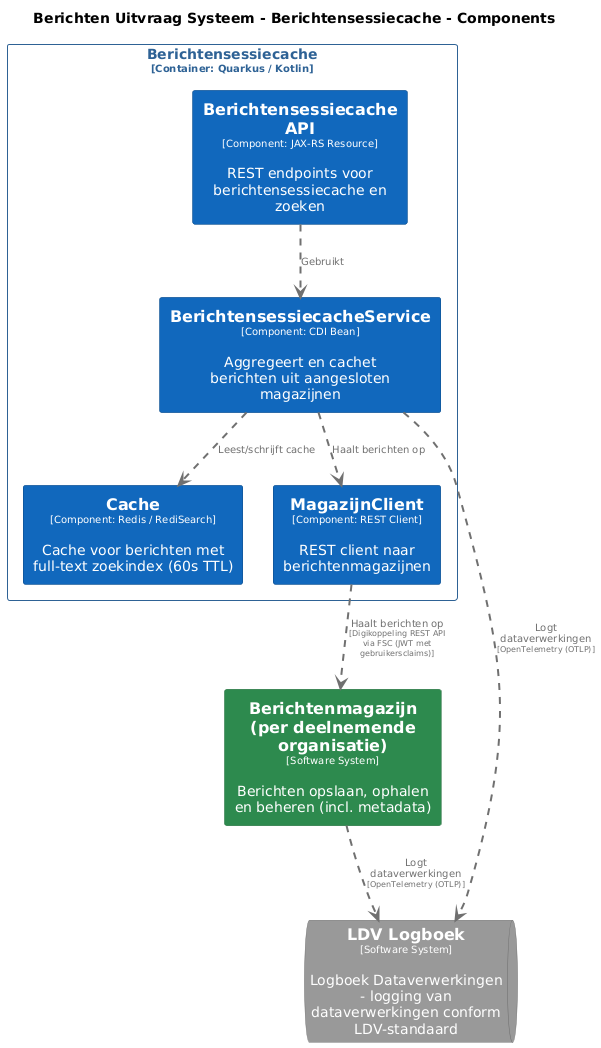
The PlantUML diagram pr-preview/pr-22/master/png/BerichtensessiecacheComponenten.png in MinBZK/moza-poc-fbs-berichtenbox, before a commit.
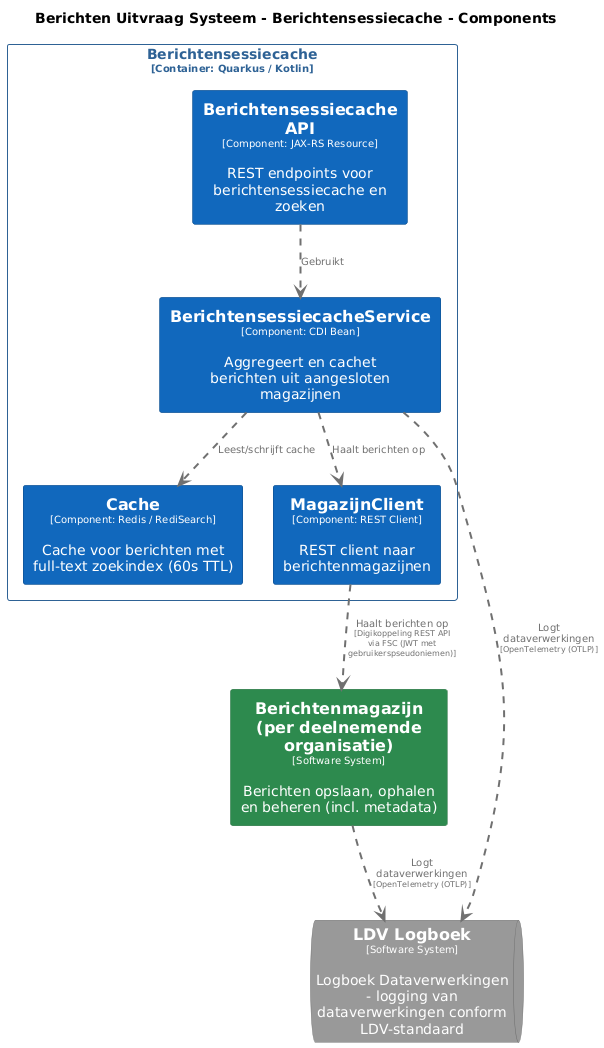
The same file after the commit.

The edit, as a diff of the source:
```diff
@@ -72,5 +72,5 @@
 BerichtenUitvraagSysteem.Berichtensessiecache.BerichtensessiecacheAPI .[#707070,thickness=2].> BerichtenUitvraagSysteem.Berichtensessiecache.BerichtensessiecacheService : "<color:#707070>Gebruikt"
 BerichtenUitvraagSysteem.Berichtensessiecache.BerichtensessiecacheService .[#707070,thickness=2].> BerichtenUitvraagSysteem.Berichtensessiecache.Cache : "<color:#707070>Leest/schrijft cache"
 BerichtenUitvraagSysteem.Berichtensessiecache.BerichtensessiecacheService .[#707070,thickness=2].> BerichtenUitvraagSysteem.Berichtensessiecache.MagazijnClient : "<color:#707070>Haalt berichten op"
-BerichtenUitvraagSysteem.Berichtensessiecache.MagazijnClient .[#707070,thickness=2].> Berichtenmagazijnperdeelnemendeorganisatie : "<color:#707070>Haalt berichten op\n<color:#707070><size:8>[Digikoppeling REST API via FSC (JWT met gebruikersclaims)]</size>"
+BerichtenUitvraagSysteem.Berichtensessiecache.MagazijnClient .[#707070,thickness=2].> Berichtenmagazijnperdeelnemendeorganisatie : "<color:#707070>Haalt berichten op\n<color:#707070><size:8>[Digikoppeling REST API via FSC (JWT met gebruikerspseudoniemen)]</size>"
 @enduml
```
